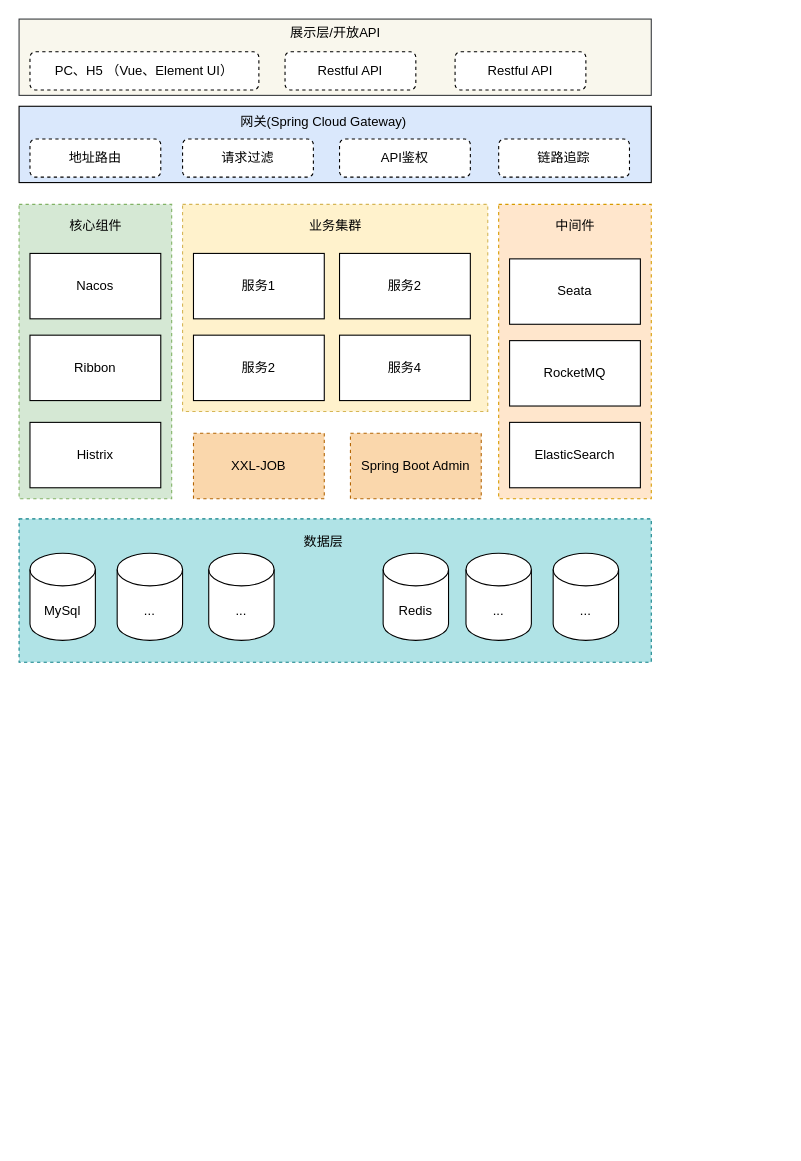
The draw.io diagram rongda-dep/分布式 云his.drawio in cherishsince/diagrams.net, before the edit. Source tidied: cells renumbered, new cells numbered last; positions are measured from the earlier drawing's top-left corner, leaving out a move shared by most shapes. Both pictures are drawn from the tidied source at 109%, with x=0, y=0 at pixel (19, 19).
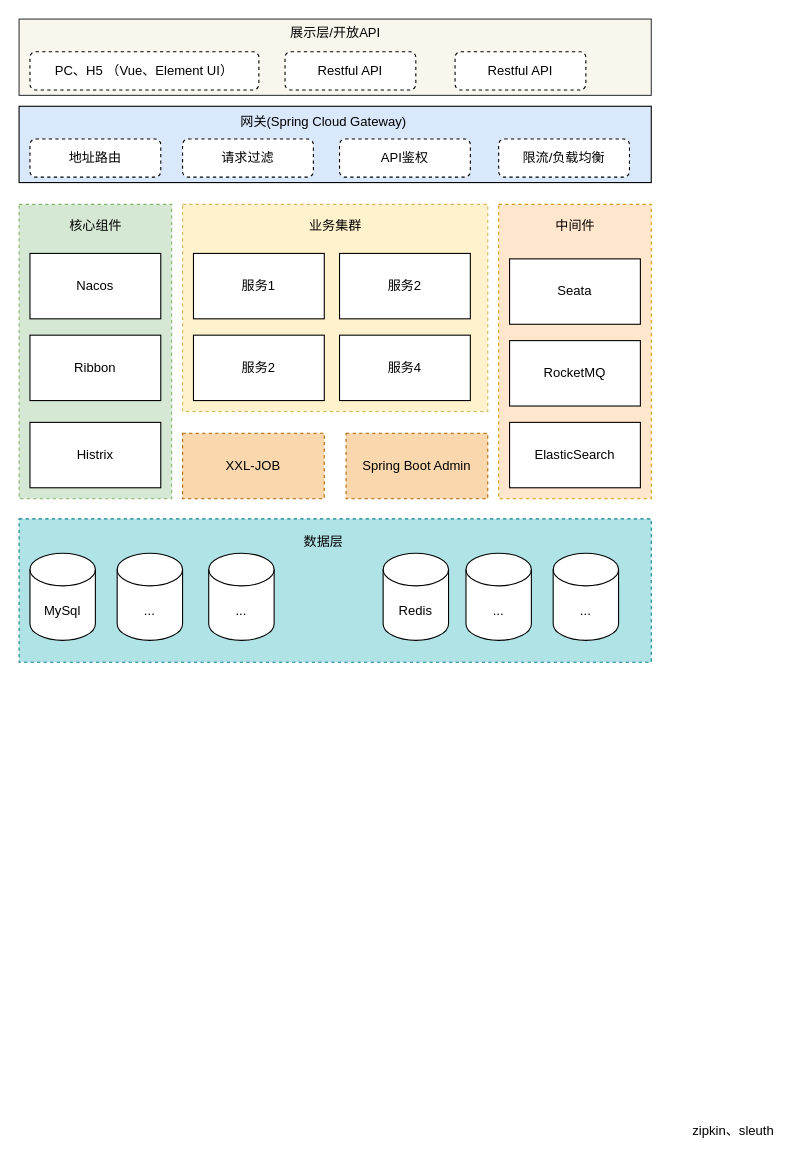
The same page after the edit.

Commit message:
更新分布式 云his.drawio

Change to the diagram source:
```diff
@@
     <mxCell id="27" value="XXL-JOB" style="rounded=0;whiteSpace=wrap;html=1;dashed=1;fillColor=#fad7ac;strokeColor=#b46504;" parent="1" vertex="1">
-      <mxGeometry x="160" y="380" width="120" height="60" as="geometry" />
+      <mxGeometry x="150" y="380" width="130" height="60" as="geometry" />
     </mxCell>
     <mxCell id="28" value="Spring Boot Admin" style="rounded=0;whiteSpace=wrap;html=1;dashed=1;fillColor=#fad7ac;strokeColor=#b46504;" parent="1" vertex="1">
-      <mxGeometry x="304" y="380" width="120" height="60" as="geometry" />
+      <mxGeometry x="300" y="380" width="130" height="60" as="geometry" />
     </mxCell>
@@
-    <mxCell id="36" value="链路追踪" style="rounded=1;whiteSpace=wrap;html=1;dashed=1;" parent="1" vertex="1">
+    <mxCell id="36" value="限流/负载均衡" style="rounded=1;whiteSpace=wrap;html=1;dashed=1;" parent="1" vertex="1">
       <mxGeometry x="440" y="110" width="120" height="35" as="geometry" />
     </mxCell>
@@
+    <mxCell id="39" value="zipkin、sleuth" style="text;html=1;align=center;verticalAlign=middle;strokeColor=none;" parent="1" vertex="1">
+      <mxGeometry x="610" y="1010" width="90" height="20" as="geometry" />
+    </mxCell>
```
